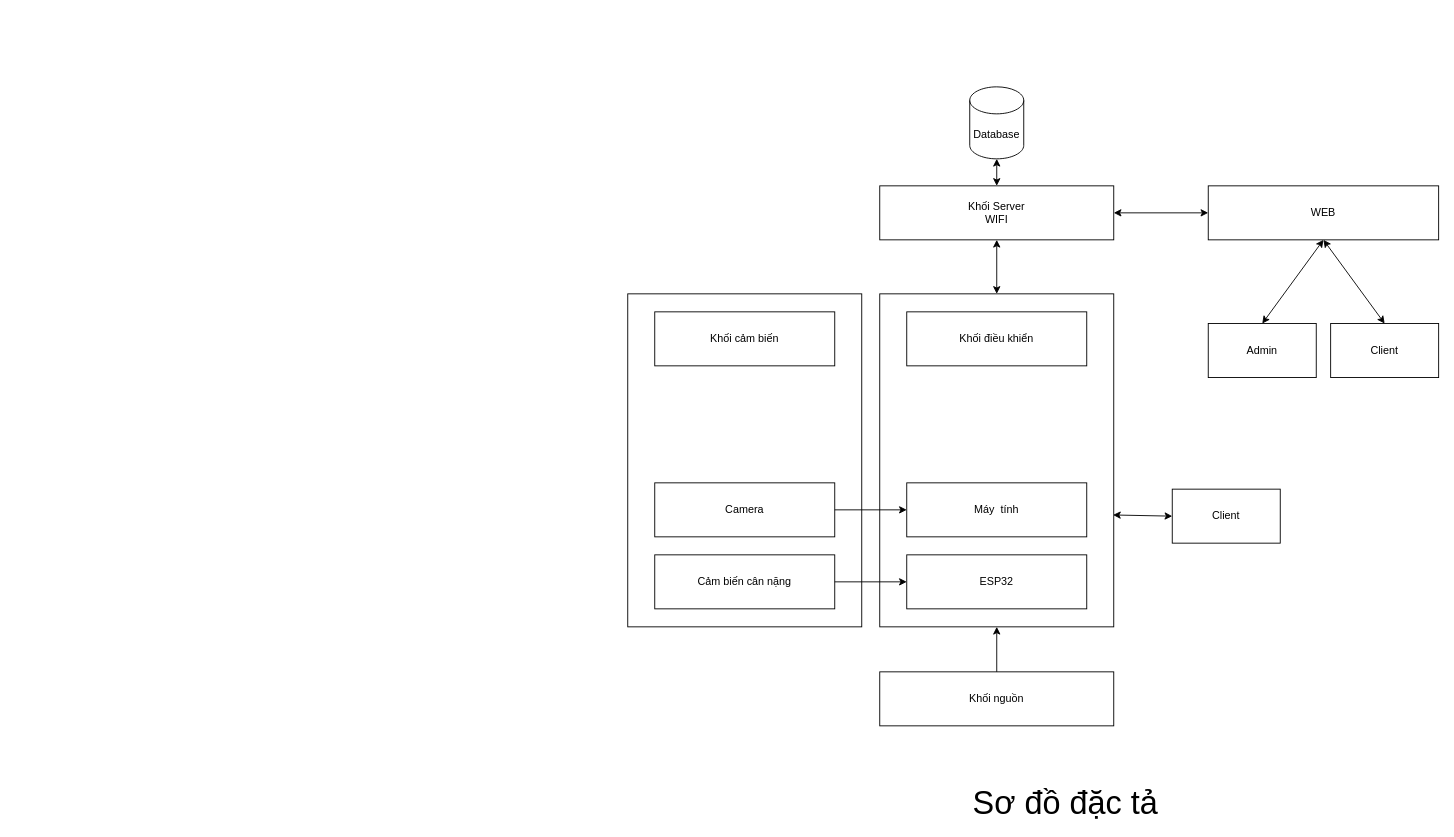
thangdomanh/DOAN2 keeps this draw.io diagram as Untitled Diagram.drawio. Above is the earlier version. Source tidied: cells renumbered, new cells numbered last; positions are measured from the earlier drawing's top-left corner, leaving out a move shared by most shapes. Both pictures are drawn from the tidied source at 90%, with x=0, y=0 at pixel (627, 86).
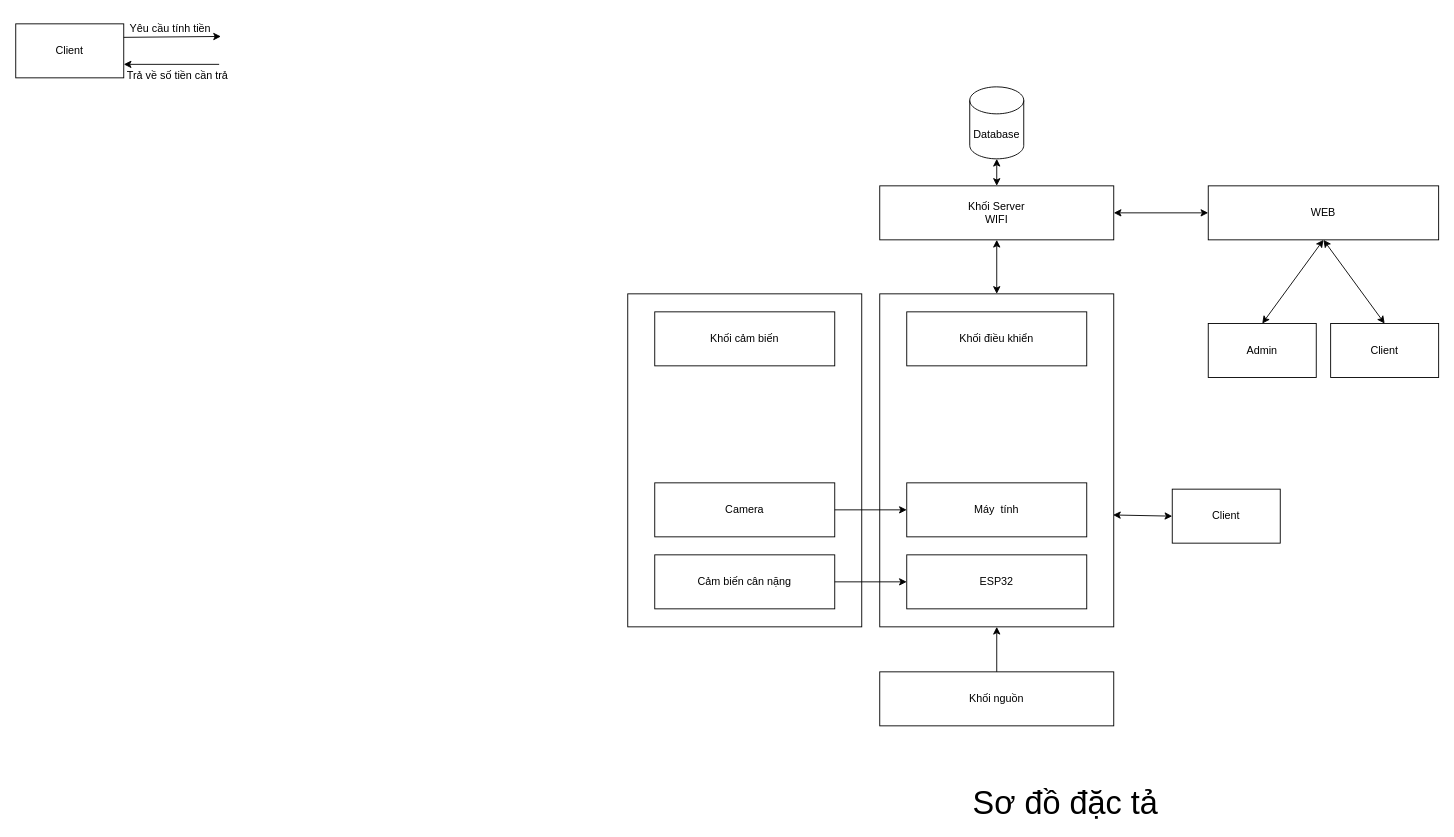
The same diagram, later.

Commit message:
Cập nhật Untitled Diagram.drawio

Diff of the diagram source:
```diff
@@
+    <mxCell id="28" value="Client" style="rounded=0;whiteSpace=wrap;html=1;" parent="1" vertex="1">
+      <mxGeometry x="-680" y="-70" width="120" height="60" as="geometry" />
+    </mxCell>
+    <mxCell id="29" style="endArrow=classic;html=1;rounded=0;exitX=1;exitY=0.25;exitDx=0;exitDy=0;" parent="1" edge="1" source="28">
+      <mxGeometry relative="1" as="geometry">
+        <mxPoint x="-452" y="-56" as="targetPoint" />
+      </mxGeometry>
+    </mxCell>
+    <mxCell id="30" style="endArrow=classic;html=1;rounded=0;entryX=1;entryY=0.75;entryDx=0;entryDy=0;" parent="1" edge="1" target="28">
+      <mxGeometry relative="1" as="geometry">
+        <mxPoint x="-454" y="-25" as="sourcePoint" />
+      </mxGeometry>
+    </mxCell>
+    <mxCell id="31" value="Yêu cầu tính tiền" style="text;html=1;strokeColor=none;fillColor=none;align=center;verticalAlign=middle;whiteSpace=wrap;rounded=0;" parent="1" vertex="1">
+      <mxGeometry x="-565" y="-79" width="114" height="30" as="geometry" />
+    </mxCell>
+    <mxCell id="32" value="Trả về số tiền cần trả" style="text;html=1;strokeColor=none;fillColor=none;align=center;verticalAlign=middle;whiteSpace=wrap;rounded=0;" parent="1" vertex="1">
+      <mxGeometry x="-565" y="-27" width="130" height="30" as="geometry" />
+    </mxCell>
```
